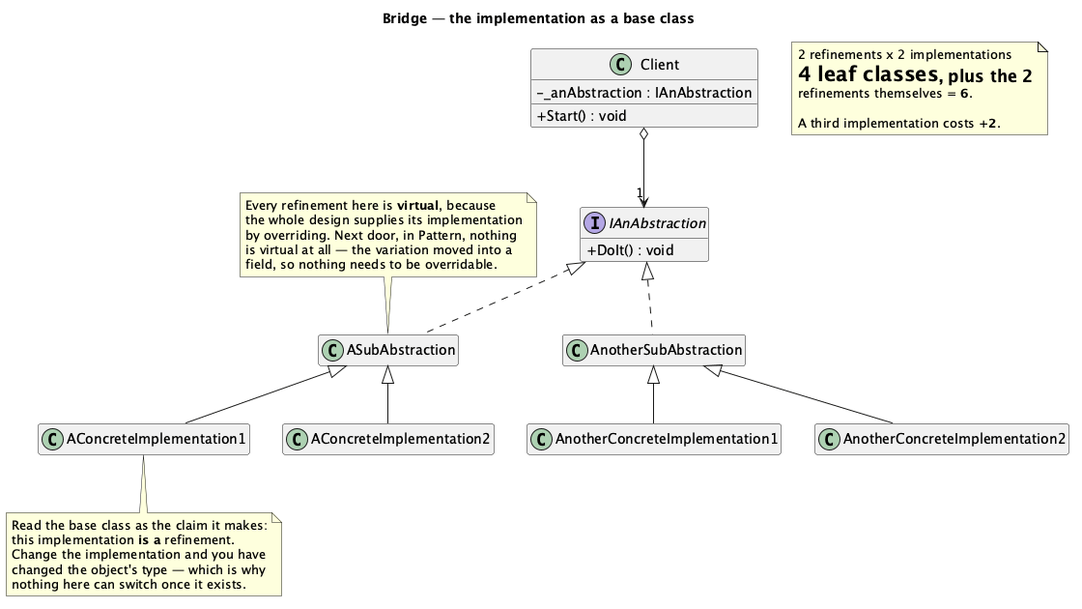
Above: Bridge/src/Bridge/Basic/Problem/uml/Bridge - Basic (Problem) - Class Diagram.png in kaldiroglu/DesignPatternsWithCSharp (PlantUML), before the change. Its source is kept beside it as Bridge/src/Bridge/Basic/Problem/uml/Bridge - Basic (Problem) - Class Diagram.puml. Source of this version:
```plantuml
@startuml "Bridge - Basic (Problem) - Class Diagram"
skinparam classAttributeIconSize 0
hide empty members
title Bridge — the implementation as a base class


interface IAnAbstraction {
  + DoIt() : void
}

class ASubAbstraction
class AnotherSubAbstraction
class AConcreteImplementation1
class AConcreteImplementation2
class AnotherConcreteImplementation1
class AnotherConcreteImplementation2
class Client {
  - _anAbstraction : IAnAbstraction
  + Start() : void
}

IAnAbstraction <|.. ASubAbstraction
IAnAbstraction <|.. AnotherSubAbstraction
ASubAbstraction <|-- AConcreteImplementation1
ASubAbstraction <|-- AConcreteImplementation2
AnotherSubAbstraction <|-- AnotherConcreteImplementation1
AnotherSubAbstraction <|-- AnotherConcreteImplementation2
Client o--> "1" IAnAbstraction

note bottom of AConcreteImplementation1
  Read the base class as the claim it makes:
  this implementation <b>is a</b> refinement.
  Change the implementation and you have
  changed the object's type — which is why
  nothing here can switch once it exists.
end note

note as N1
  2 refinements x 2 implementations
  = <b>4 leaf classes</b>, plus the 2
  refinements themselves = <b>6</b>.

  A third implementation costs <b>+2</b>.
end note

note as N2
  Every refinement here is <b>virtual</b>, because
  the whole design supplies its implementation
  by overriding. Next door, in Pattern, nothing
  is virtual at all — the variation moved into a
  field, so nothing needs to be overridable.
end note
N2 .. ASubAbstraction

@enduml
```
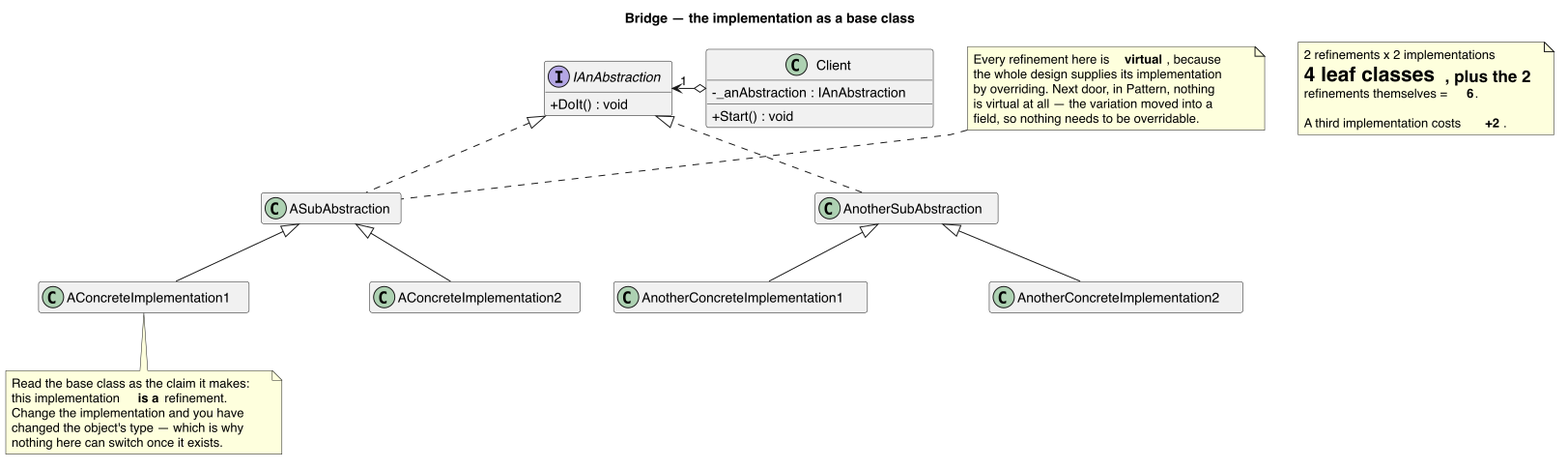
The same file after the commit.

What changed in the source:
```diff
@@ -1,4 +1,12 @@
 @startuml "Bridge - Basic (Problem) - Class Diagram"
+skinparam linetype polyline
+skinparam class {
+  BackgroundColor<<spacer>> transparent
+  BorderColor<<spacer>> transparent
+  FontColor<<spacer>> transparent
+}
+hide <<spacer>> stereotype
+hide <<spacer>> circle
 skinparam classAttributeIconSize 0
 hide empty members
 title Bridge — the implementation as a base class
@@ -25,7 +33,6 @@
 ASubAbstraction <|-- AConcreteImplementation2
 AnotherSubAbstraction <|-- AnotherConcreteImplementation1
 AnotherSubAbstraction <|-- AnotherConcreteImplementation2
-Client o--> "1" IAnAbstraction
 
 note bottom of AConcreteImplementation1
   Read the base class as the claim it makes:
@@ -50,6 +57,30 @@
   is virtual at all — the variation moved into a
   field, so nothing needs to be overridable.
 end note
-N2 .. ASubAbstraction
 
+class " " as Spacer1 <<spacer>>
+IAnAbstraction -[hidden]- Spacer1
+IAnAbstraction -[hidden]- Spacer1
+ASubAbstraction -[hidden]right- Spacer1
+Spacer1 -[hidden]right- AnotherSubAbstraction
+class " " as Spacer2 <<spacer>>
+ASubAbstraction -[hidden]- Spacer2
+ASubAbstraction -[hidden]- Spacer2
+AConcreteImplementation1 -[hidden]right- Spacer2
+Spacer2 -[hidden]right- AConcreteImplementation2
+class " " as Spacer3 <<spacer>>
+AnotherSubAbstraction -[hidden]- Spacer3
+AnotherSubAbstraction -[hidden]- Spacer3
+AnotherConcreteImplementation1 -[hidden]right- Spacer3
+Spacer3 -[hidden]right- AnotherConcreteImplementation2
+Client o-[norank]-> "1" IAnAbstraction
+N2 .[norank]. ASubAbstraction
+class " " as Spacer66 <<spacer>>
+ASubAbstraction -[hidden]- Spacer66
+AConcreteImplementation1 -[hidden]right- Spacer66
+Spacer66 -[hidden]right- AConcreteImplementation2
+class " " as Spacer67 <<spacer>>
+AnotherSubAbstraction -[hidden]- Spacer67
+AnotherConcreteImplementation1 -[hidden]right- Spacer67
+Spacer67 -[hidden]right- AnotherConcreteImplementation2
 @enduml
```
